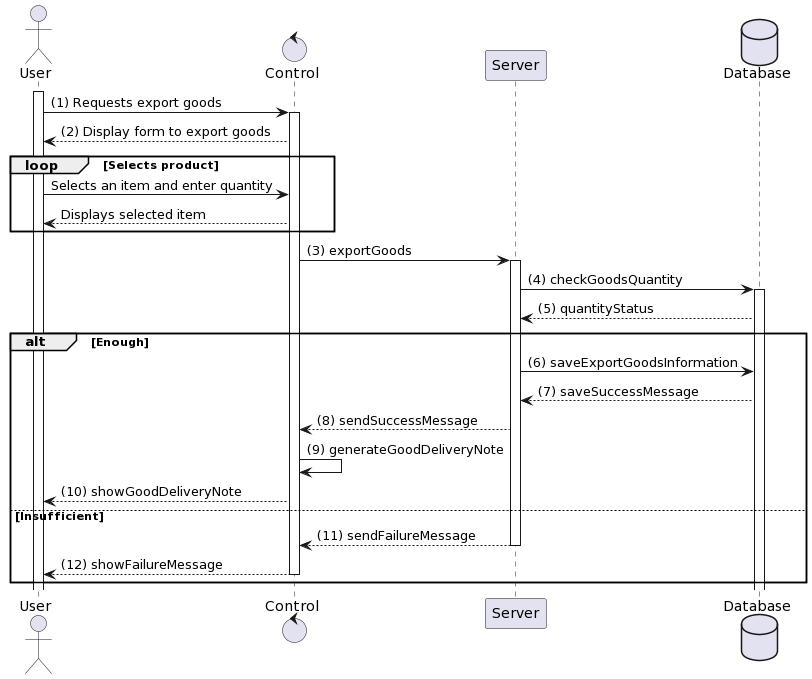
This is Lab 1/Lab 1.2/sequence_diagram/export_good/export_good.png from H1eu69/SE357-Pratice-class, a PlantUML export, as it was before one commit.
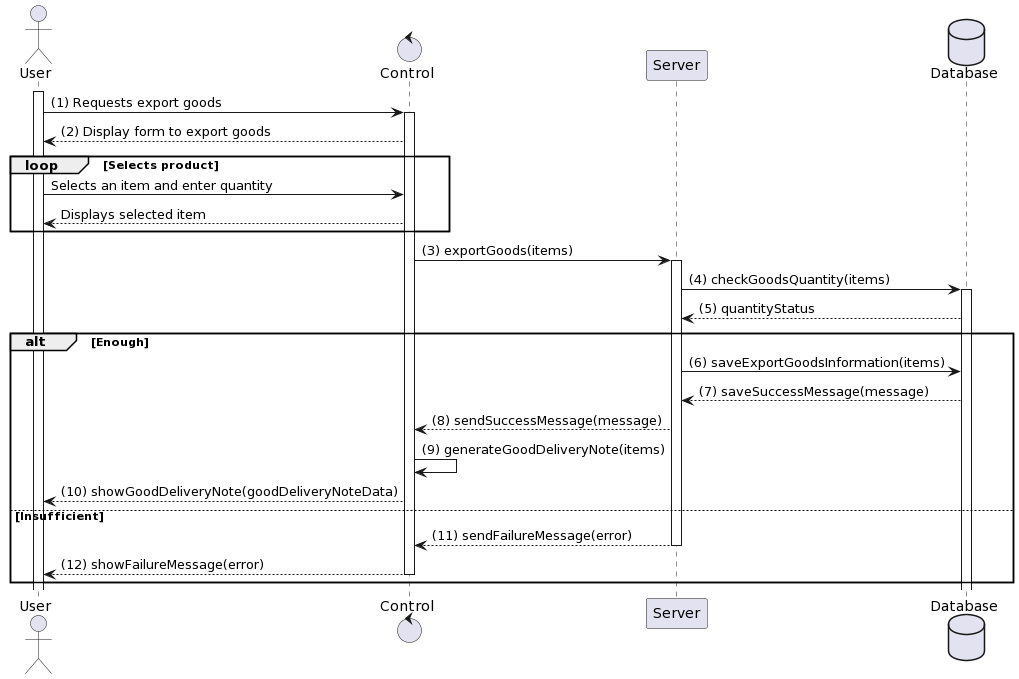
The same file after the commit.

Change to the diagram source:
```diff
@@ -12,21 +12,21 @@
     User -> C: Selects an item and enter quantity
     C --> User: Displays selected item
 end
-C -> S: (3) exportGoods
+C -> S: (3) exportGoods(items)
 activate S
-S -> Database: (4) checkGoodsQuantity
+S -> Database: (4) checkGoodsQuantity(items)
 activate Database
 Database --> S: (5) quantityStatus
 alt Enough
-    S -> Database: (6) saveExportGoodsInformation
-    Database --> S: (7) saveSuccessMessage
-    S --> C: (8) sendSuccessMessage
-    C -> C: (9) generateGoodDeliveryNote
-    C --> User: (10) showGoodDeliveryNote
+    S -> Database: (6) saveExportGoodsInformation(items)
+    Database --> S: (7) saveSuccessMessage(message)
+    S --> C: (8) sendSuccessMessage(message)
+    C -> C: (9) generateGoodDeliveryNote(items)
+    C --> User: (10) showGoodDeliveryNote(goodDeliveryNoteData)
 else Insufficient
-    S --> C: (11) sendFailureMessage
+    S --> C: (11) sendFailureMessage(error)
     deactivate S
-    C --> User: (12) showFailureMessage
+    C --> User: (12) showFailureMessage(error)
     deactivate C
 end
 @enduml
```
